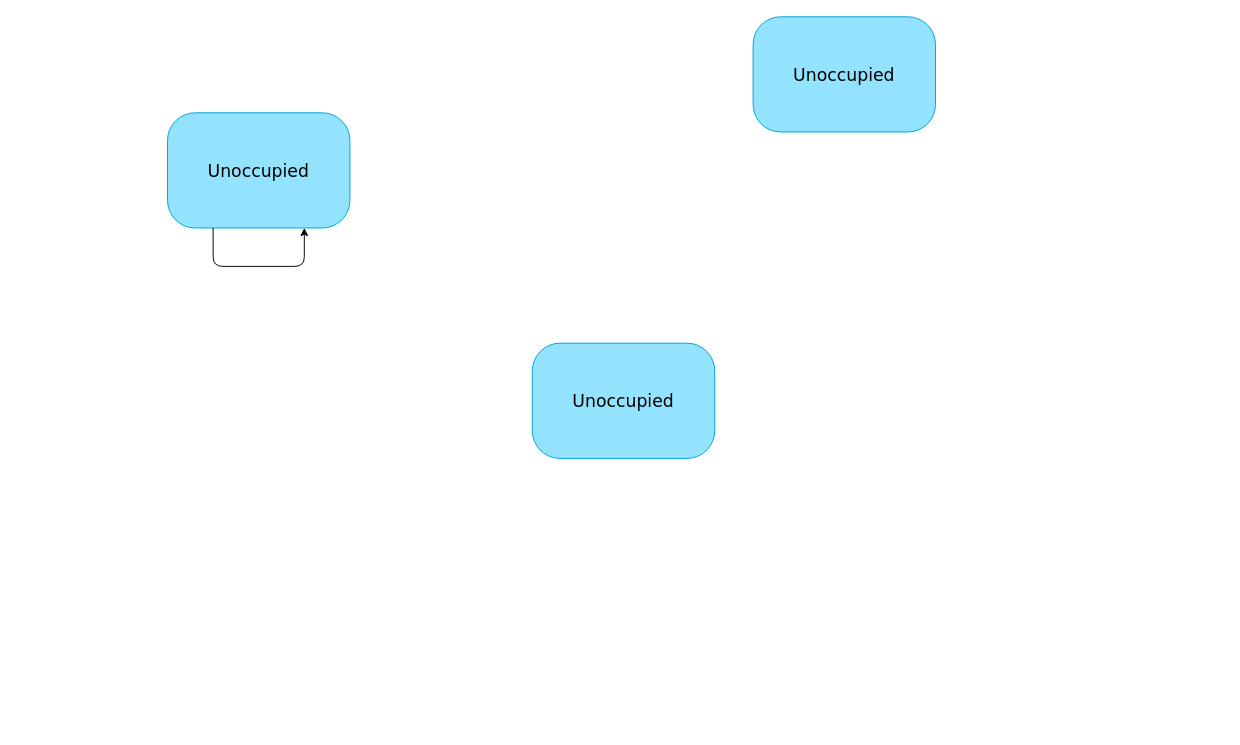
Earlier version of the draw.io diagram Untitled Diagram.drawio (robbiemcgugan-18/Dissertation_Diagrams). Source tidied: cells renumbered, new cells numbered last; positions are measured from the earlier drawing's top-left corner, leaving out a move shared by most shapes. Both pictures are drawn from the tidied source at 96%, with x=0, y=0 at pixel (167, 16).
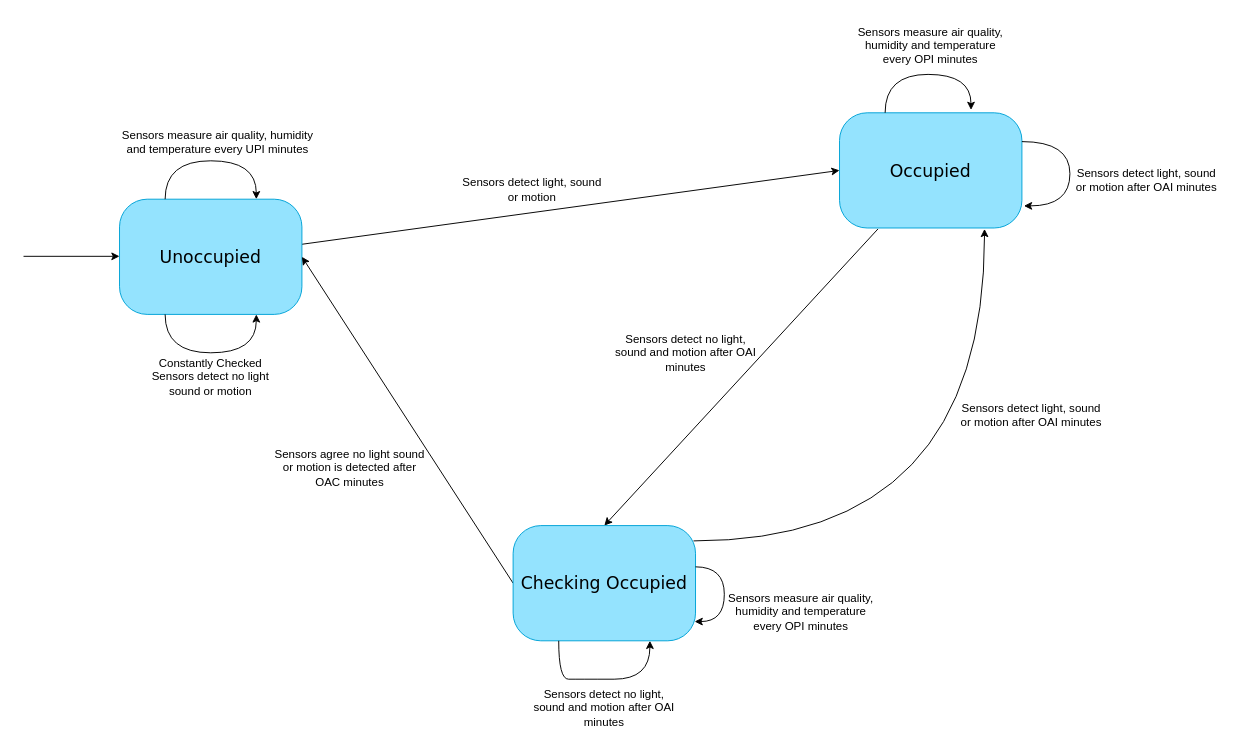
The same diagram, later.

What changed in the source:
```diff
@@
+    <mxCell id="6" style="rounded=1;jettySize=auto;html=1;entryX=0;entryY=0.5;entryDx=0;entryDy=0;" parent="1" edge="1" source="2" target="4">
+      <mxGeometry relative="1" as="geometry" />
+    </mxCell>
     <mxCell id="2" value="&lt;font style=&quot;font-size: 18px;&quot;&gt;Unoccupied&lt;/font&gt;" style="rounded=1;whiteSpace=wrap;html=1;arcSize=24;fillColor=#94e3fe;strokeColor=#00a3d7;shadow=0;comic=0;labelBackgroundColor=none;fontFamily=Verdana;fontSize=12;fontColor=#000000;align=center;" parent="1" vertex="1">
-      <mxGeometry y="100" width="190" height="120" as="geometry" />
+      <mxGeometry x="-50" y="190" width="190" height="120" as="geometry" />
     </mxCell>
-    <mxCell id="3" style="edgeStyle=orthogonalEdgeStyle;rounded=1;orthogonalLoop=1;jettySize=auto;html=1;entryX=0.75;entryY=1;entryDx=0;entryDy=0;exitX=0.25;exitY=1;exitDx=0;exitDy=0;" parent="1" edge="1" source="2" target="2">
+    <mxCell id="3" style="edgeStyle=orthogonalEdgeStyle;orthogonalLoop=1;jettySize=auto;html=1;entryX=0.75;entryY=1;entryDx=0;entryDy=0;exitX=0.25;exitY=1;exitDx=0;exitDy=0;curved=1;" parent="1" edge="1" source="2" target="2">
       <mxGeometry relative="1" as="geometry">
         <Array as="points">
-          <mxPoint x="48" y="260" />
-          <mxPoint x="143" y="260" />
+          <mxPoint x="-2" y="350" />
+          <mxPoint x="93" y="350" />
         </Array>
       </mxGeometry>
     </mxCell>
+    <mxCell id="7" style="rounded=1;jettySize=auto;html=1;exitX=0.211;exitY=1.008;exitDx=0;exitDy=0;entryX=0.5;entryY=0;entryDx=0;entryDy=0;exitPerimeter=0;" parent="1" edge="1" source="4" target="5">
+      <mxGeometry relative="1" as="geometry" />
+    </mxCell>
-    <mxCell id="4" value="&lt;font style=&quot;font-size: 18px;&quot;&gt;Unoccupied&lt;/font&gt;" style="rounded=1;whiteSpace=wrap;html=1;arcSize=24;fillColor=#94e3fe;strokeColor=#00a3d7;shadow=0;comic=0;labelBackgroundColor=none;fontFamily=Verdana;fontSize=12;fontColor=#000000;align=center;" parent="1" vertex="1">
-      <mxGeometry x="610" width="190" height="120" as="geometry" />
+    <mxCell id="4" value="&lt;font style=&quot;font-size: 18px;&quot;&gt;Occupied&lt;/font&gt;" style="rounded=1;whiteSpace=wrap;html=1;arcSize=24;fillColor=#94e3fe;strokeColor=#00a3d7;shadow=0;comic=0;labelBackgroundColor=none;fontFamily=Verdana;fontSize=12;fontColor=#000000;align=center;" parent="1" vertex="1">
+      <mxGeometry x="700" y="100" width="190" height="120" as="geometry" />
     </mxCell>
+    <mxCell id="8" style="edgeStyle=orthogonalEdgeStyle;rounded=1;jettySize=auto;html=1;exitX=0.989;exitY=0.133;exitDx=0;exitDy=0;entryX=0.795;entryY=1.008;entryDx=0;entryDy=0;entryPerimeter=0;curved=1;exitPerimeter=0;" parent="1" edge="1" source="5" target="4">
+      <mxGeometry relative="1" as="geometry" />
+    </mxCell>
+    <mxCell id="9" style="jettySize=auto;html=1;exitX=0;exitY=0.5;exitDx=0;exitDy=0;entryX=1;entryY=0.5;entryDx=0;entryDy=0;" parent="1" edge="1" source="5" target="2">
+      <mxGeometry relative="1" as="geometry" />
+    </mxCell>
-    <mxCell id="5" value="&lt;font style=&quot;font-size: 18px;&quot;&gt;Unoccupied&lt;/font&gt;" style="rounded=1;whiteSpace=wrap;html=1;arcSize=24;fillColor=#94e3fe;strokeColor=#00a3d7;shadow=0;comic=0;labelBackgroundColor=none;fontFamily=Verdana;fontSize=12;fontColor=#000000;align=center;" parent="1" vertex="1">
-      <mxGeometry x="380" y="340" width="190" height="120" as="geometry" />
+    <mxCell id="5" value="&lt;font style=&quot;font-size: 18px;&quot;&gt;Checking Occupied&lt;/font&gt;" style="rounded=1;whiteSpace=wrap;html=1;arcSize=24;fillColor=#94e3fe;strokeColor=#00a3d7;shadow=0;comic=0;labelBackgroundColor=none;fontFamily=Verdana;fontSize=12;fontColor=#000000;align=center;" parent="1" vertex="1">
+      <mxGeometry x="360" y="530" width="190" height="120" as="geometry" />
     </mxCell>
+    <mxCell id="10" style="edgeStyle=orthogonalEdgeStyle;orthogonalLoop=1;jettySize=auto;html=1;exitX=1;exitY=0.25;exitDx=0;exitDy=0;entryX=1.011;entryY=0.808;entryDx=0;entryDy=0;entryPerimeter=0;curved=1;" parent="1" edge="1" source="4" target="4">
+      <mxGeometry relative="1" as="geometry">
+        <Array as="points">
+          <mxPoint x="940" y="130" />
+          <mxPoint x="940" y="197" />
+        </Array>
+      </mxGeometry>
+    </mxCell>
+    <mxCell id="11" style="endArrow=classic;html=1;rounded=0;" parent="1" edge="1">
+      <mxGeometry relative="1" as="geometry">
+        <mxPoint x="-150" y="249.5" as="sourcePoint" />
+        <mxPoint x="-50" y="249.5" as="targetPoint" />
+      </mxGeometry>
+    </mxCell>
+    <mxCell id="12" style="edgeStyle=orthogonalEdgeStyle;orthogonalLoop=1;jettySize=auto;html=1;exitX=0.25;exitY=1;exitDx=0;exitDy=0;entryX=0.75;entryY=1;entryDx=0;entryDy=0;curved=1;" parent="1" edge="1" source="5" target="5">
+      <mxGeometry relative="1" as="geometry">
+        <Array as="points">
+          <mxPoint x="428" y="690" />
+          <mxPoint x="523" y="690" />
+        </Array>
+      </mxGeometry>
+    </mxCell>
+    <mxCell id="13" value="Constantly Checked&lt;br&gt;Sensors detect no light sound or motion" style="text;html=1;strokeColor=none;fillColor=none;align=center;verticalAlign=middle;whiteSpace=wrap;rounded=0;" parent="1" vertex="1">
+      <mxGeometry x="-35" y="355" width="160" height="40" as="geometry" />
+    </mxCell>
+    <mxCell id="14" value="Sensors detect light, sound or motion" style="text;html=1;strokeColor=none;fillColor=none;align=center;verticalAlign=middle;whiteSpace=wrap;rounded=0;" parent="1" vertex="1">
+      <mxGeometry x="300" y="160" width="160" height="40" as="geometry" />
+    </mxCell>
+    <mxCell id="15" value="Sensors detect light, sound or motion after OAI minutes" style="text;html=1;strokeColor=none;fillColor=none;align=center;verticalAlign=middle;whiteSpace=wrap;rounded=0;" parent="1" vertex="1">
+      <mxGeometry x="940" y="150" width="160" height="40" as="geometry" />
+    </mxCell>
+    <mxCell id="16" style="edgeStyle=orthogonalEdgeStyle;orthogonalLoop=1;jettySize=auto;html=1;exitX=0.25;exitY=0;exitDx=0;exitDy=0;entryX=0.75;entryY=0;entryDx=0;entryDy=0;curved=1;" parent="1" edge="1" source="2" target="2">
+      <mxGeometry relative="1" as="geometry">
+        <Array as="points">
+          <mxPoint x="-2" y="150" />
+          <mxPoint x="93" y="150" />
+        </Array>
+      </mxGeometry>
+    </mxCell>
+    <mxCell id="17" value="&lt;p style=&quot;margin: 0px; font-stretch: normal; line-height: normal;&quot;&gt;Sensors measure air quality, humidity and temperature every UPI minutes&lt;/p&gt;" style="text;html=1;strokeColor=none;fillColor=none;align=center;verticalAlign=middle;whiteSpace=wrap;rounded=0;" parent="1" vertex="1">
+      <mxGeometry x="-50" y="110" width="205" height="40" as="geometry" />
+    </mxCell>
+    <mxCell id="18" style="edgeStyle=orthogonalEdgeStyle;orthogonalLoop=1;jettySize=auto;html=1;exitX=0.25;exitY=0;exitDx=0;exitDy=0;entryX=0.721;entryY=-0.025;entryDx=0;entryDy=0;entryPerimeter=0;curved=1;" parent="1" edge="1" source="4" target="4">
+      <mxGeometry relative="1" as="geometry">
+        <Array as="points">
+          <mxPoint x="748" y="60" />
+          <mxPoint x="837" y="60" />
+        </Array>
+      </mxGeometry>
+    </mxCell>
+    <mxCell id="19" style="edgeStyle=orthogonalEdgeStyle;orthogonalLoop=1;jettySize=auto;html=1;entryX=0.995;entryY=0.833;entryDx=0;entryDy=0;entryPerimeter=0;curved=1;exitX=1;exitY=0.358;exitDx=0;exitDy=0;exitPerimeter=0;" parent="1" edge="1" source="5" target="5">
+      <mxGeometry relative="1" as="geometry">
+        <Array as="points">
+          <mxPoint x="580" y="573" />
+          <mxPoint x="580" y="630" />
+        </Array>
+      </mxGeometry>
+    </mxCell>
+    <mxCell id="20" value="Sensors detect no light, sound and motion after OAI minutes" style="text;html=1;strokeColor=none;fillColor=none;align=center;verticalAlign=middle;whiteSpace=wrap;rounded=0;" parent="1" vertex="1">
+      <mxGeometry x="460" y="330" width="160" height="40" as="geometry" />
+    </mxCell>
+    <mxCell id="21" value="Sensors detect no light, sound and motion after OAI minutes" style="text;html=1;strokeColor=none;fillColor=none;align=center;verticalAlign=middle;whiteSpace=wrap;rounded=0;" parent="1" vertex="1">
+      <mxGeometry x="375" y="700" width="160" height="40" as="geometry" />
+    </mxCell>
+    <mxCell id="22" value="Sensors measure air quality, humidity and temperature every OPI minutes" style="text;html=1;strokeColor=none;fillColor=none;align=center;verticalAlign=middle;whiteSpace=wrap;rounded=0;" parent="1" vertex="1">
+      <mxGeometry x="580" y="600" width="160" height="40" as="geometry" />
+    </mxCell>
+    <mxCell id="23" value="Sensors measure air quality, humidity and temperature every OPI minutes" style="text;html=1;strokeColor=none;fillColor=none;align=center;verticalAlign=middle;whiteSpace=wrap;rounded=0;" parent="1" vertex="1">
+      <mxGeometry x="715" y="10" width="160" height="40" as="geometry" />
+    </mxCell>
+    <mxCell id="24" value="Sensors detect light, sound or motion after OAI minutes" style="text;html=1;strokeColor=none;fillColor=none;align=center;verticalAlign=middle;whiteSpace=wrap;rounded=0;" parent="1" vertex="1">
+      <mxGeometry x="820" y="395" width="160" height="40" as="geometry" />
+    </mxCell>
+    <mxCell id="25" value="Sensors agree no light sound or motion is detected after OAC minutes" style="text;html=1;strokeColor=none;fillColor=none;align=center;verticalAlign=middle;whiteSpace=wrap;rounded=0;" parent="1" vertex="1">
+      <mxGeometry x="110" y="450" width="160" height="40" as="geometry" />
+    </mxCell>
```
